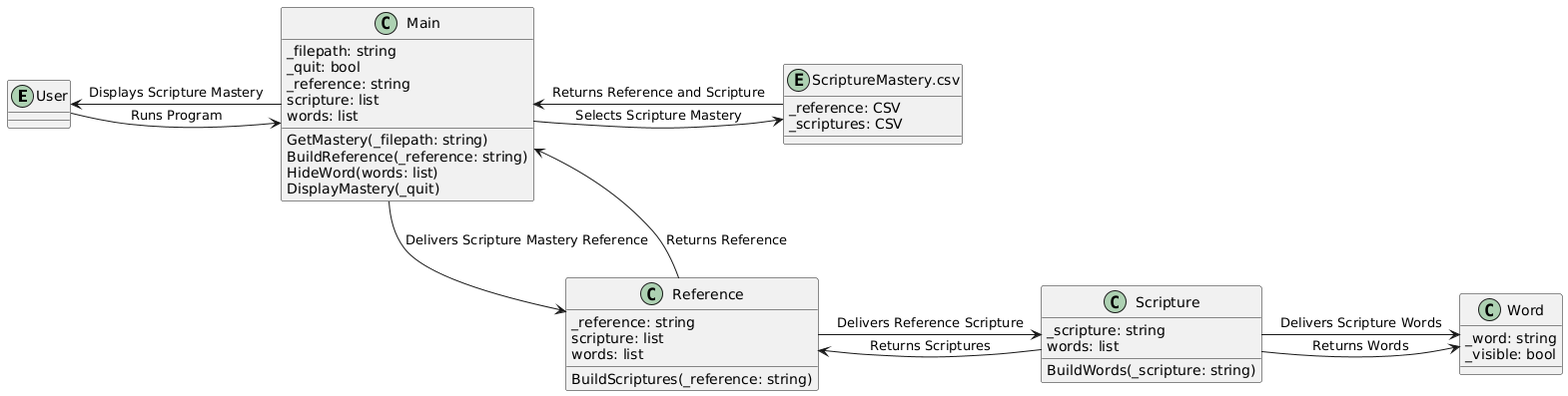
The PlantUML diagram prove/Develop03/classUML.png in hwalkermerrill/cse210-programming-with-classes, before a commit.
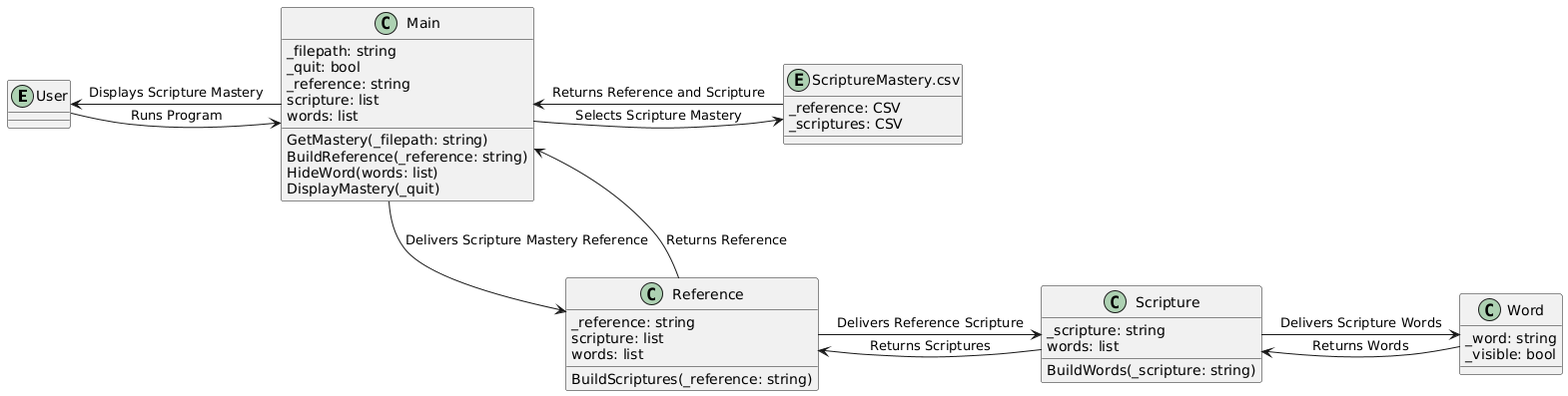
Above is the later version.

Commit message:
fix reversed arrow

What changed in the source:
```diff
@@ -50,5 +50,5 @@
 Reference <-- Scripture: Returns Scriptures
 
 Scripture -> Word: Delivers Scripture Words
-Word <-- Scripture: Returns Words
+Scripture <-- Word: Returns Words
 @enduml
```
